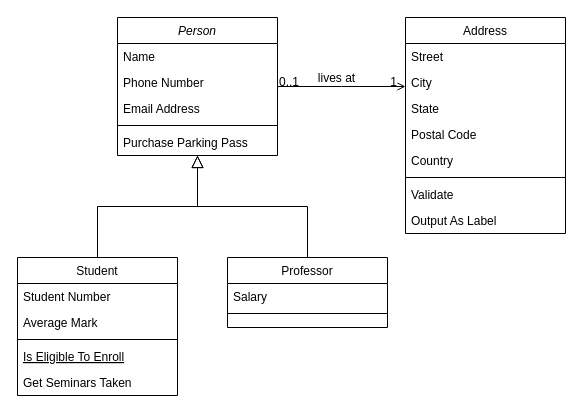
Above: Untitled Diagram.drawio in learning-academy-99/Responsive_Club_Website (draw.io), before the change. Source tidied: cells renumbered, new cells numbered last; positions are measured from the earlier drawing's top-left corner, leaving out a move shared by most shapes. Both pictures are drawn from the tidied source at 100%, with x=0, y=0 at pixel (17, 17).
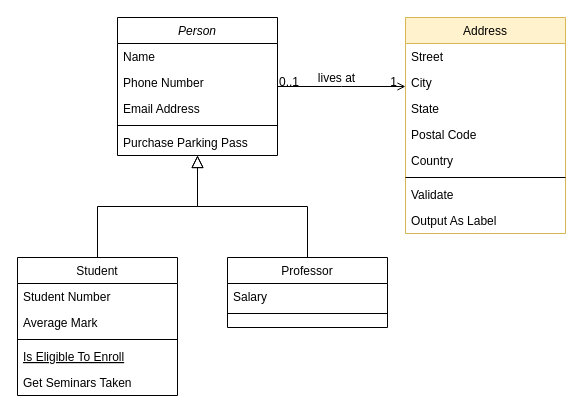
Above is the later version.

Change to the diagram source:
```diff
@@
-    <mxCell id="19" value="Address" style="swimlane;fontStyle=0;align=center;verticalAlign=top;horizontal=1;startSize=26;rounded=0;shadow=0;strokeWidth=1;" parent="1" vertex="1">
+    <mxCell id="19" value="Address" style="swimlane;fontStyle=0;align=center;verticalAlign=top;horizontal=1;startSize=26;rounded=0;shadow=0;strokeWidth=1;fillColor=#fff2cc;strokeColor=#d6b656;" parent="1" vertex="1">
       <mxGeometry x="388" width="160" height="216" as="geometry" />
     </mxCell>
```
